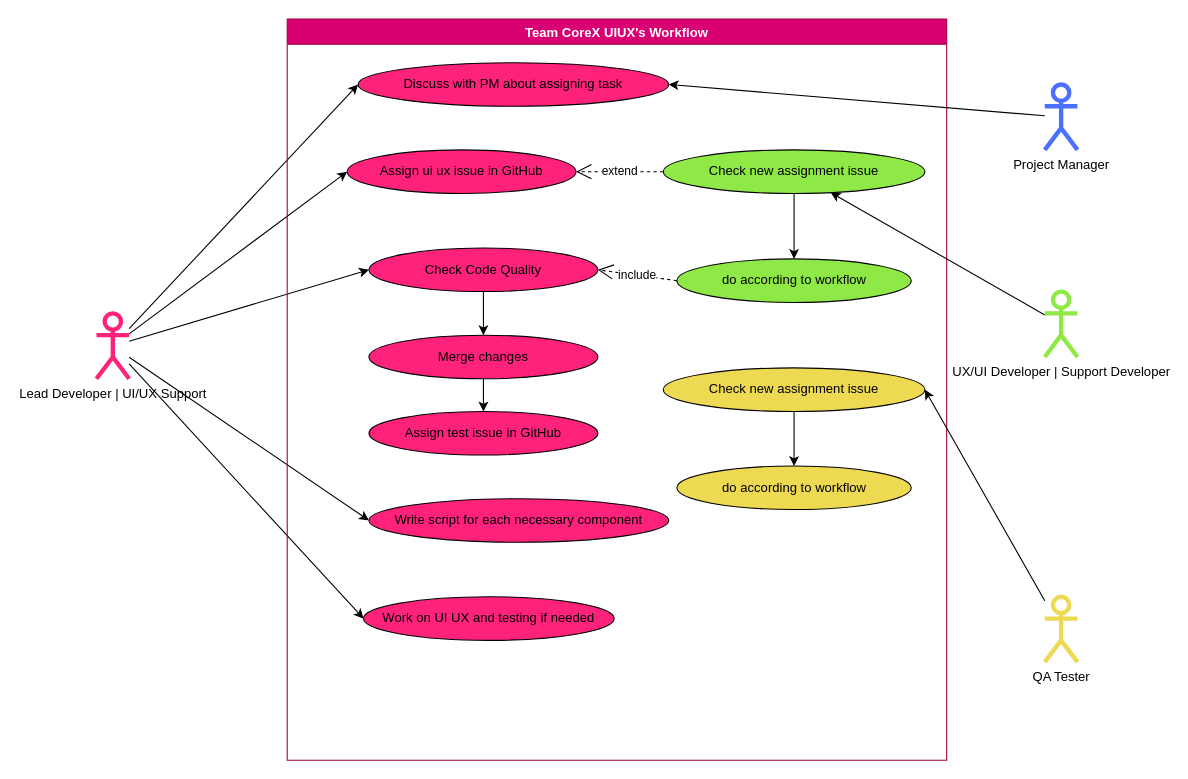
Earlier version of the draw.io diagram page "Lead Developer" (4 of 4) of workflow_between_roles.drawio (Team-CoreX-SFU/UML). Source tidied: cells renumbered, new cells numbered last; positions are measured from the earlier drawing's top-left corner, leaving out a move shared by most shapes. Both pictures are drawn from the tidied source at 109%, with x=0, y=0 at pixel (96, 19).
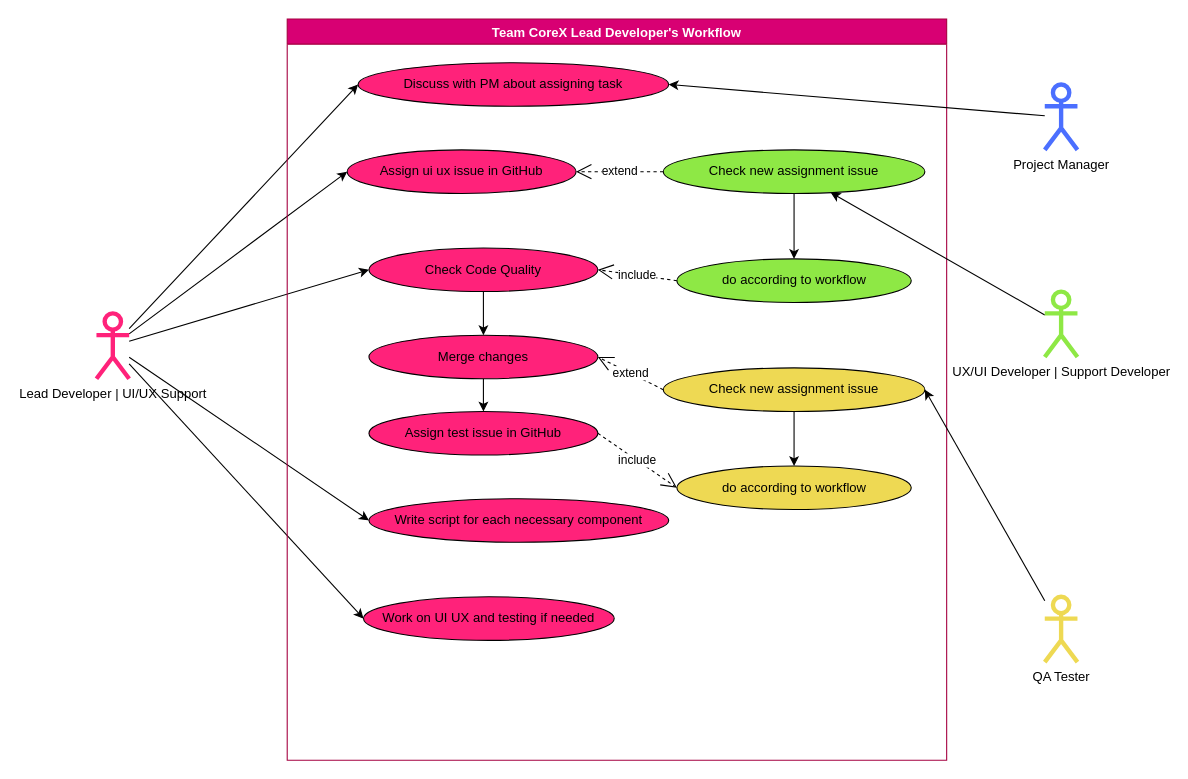
Above is the later version.

Unchanged cells that the change refers to:
```xml
<mxCell id="10" value="Assign test issue in GitHub" style="ellipse;whiteSpace=wrap;html=1;align=center;fillColor=#FF227A;" parent="8" vertex="1">
  <mxGeometry x="75" y="360" width="210" height="40" as="geometry" />
</mxCell>
<mxCell id="12" value="Merge changes" style="ellipse;whiteSpace=wrap;html=1;align=center;fillColor=#FF227A;" parent="8" vertex="1">
  <mxGeometry x="75" y="290" width="210" height="40" as="geometry" />
</mxCell>
<mxCell id="23" value="Check new assignment issue" style="ellipse;whiteSpace=wrap;html=1;align=center;fillColor=light-dark(#EED953,#8EE845);" parent="8" vertex="1">
  <mxGeometry x="345" y="320" width="240" height="40" as="geometry" />
</mxCell>
<mxCell id="24" value="do according to workflow" style="ellipse;whiteSpace=wrap;html=1;align=center;fillColor=light-dark(#EED953,#8EE845);" parent="8" vertex="1">
  <mxGeometry x="357.5" y="410" width="215" height="40" as="geometry" />
</mxCell>
```

Diff of the diagram source:
```diff
@@
-    <mxCell id="8" value="Team CoreX UIUX's Workflow" style="swimlane;fillColor=#d80073;fontColor=#ffffff;strokeColor=#A50040;" parent="1" vertex="1">
+    <mxCell id="8" value="Team CoreX Lead Developer's Workflow" style="swimlane;fillColor=#d80073;fontColor=#ffffff;strokeColor=#A50040;" parent="1" vertex="1">
       <mxGeometry x="175" width="605" height="680" as="geometry" />
     </mxCell>
@@
+    <mxCell id="32" value="extend" style="endArrow=open;endSize=12;dashed=1;html=1;rounded=0;exitX=0;exitY=0.5;exitDx=0;exitDy=0;entryX=1;entryY=0.5;entryDx=0;entryDy=0;" parent="8" edge="1" source="23" target="12">
+      <mxGeometry relative="1" as="geometry" />
+    </mxCell>
+    <mxCell id="33" value="include" style="endArrow=open;endSize=12;dashed=1;html=1;rounded=0;exitX=1;exitY=0.5;exitDx=0;exitDy=0;entryX=0;entryY=0.5;entryDx=0;entryDy=0;" parent="8" edge="1" source="10" target="24">
+      <mxGeometry relative="1" as="geometry" />
+    </mxCell>
```
